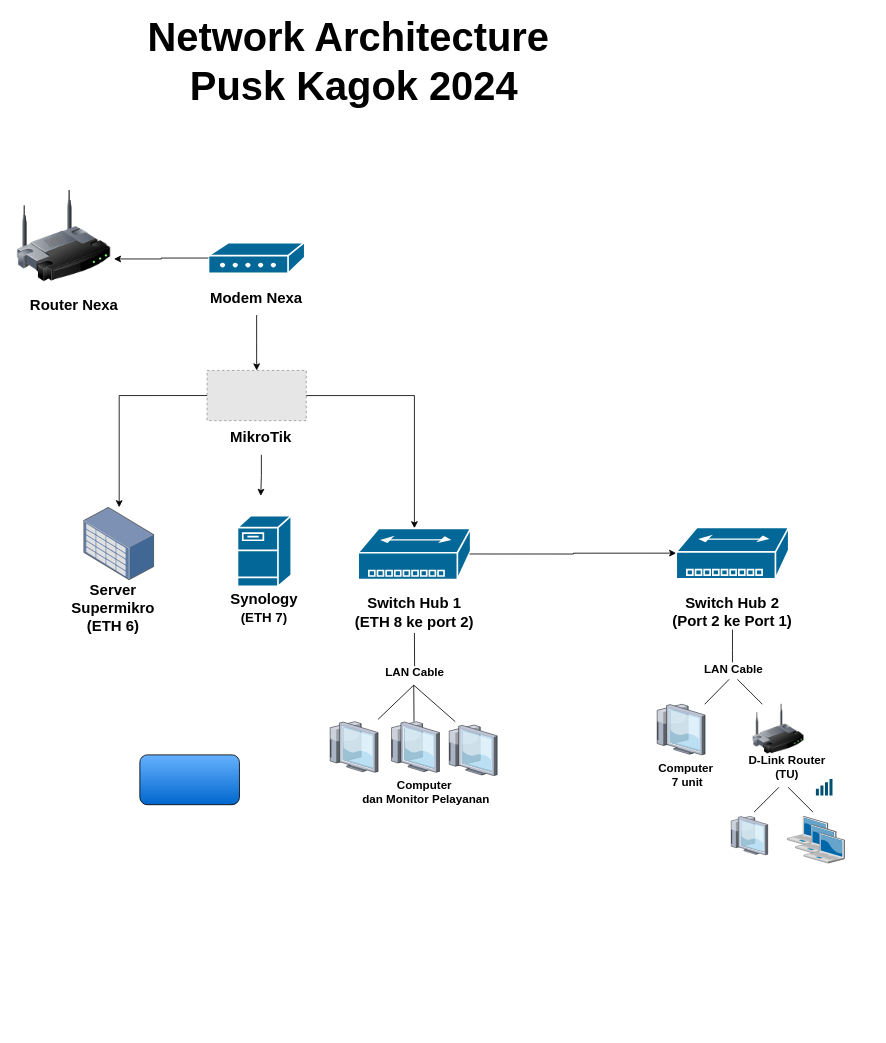
Earlier version of the draw.io diagram Untitled Diagram.drawio (dindahusnaa/DindaHusnaa). Source tidied: cells renumbered, new cells numbered last; positions are measured from the earlier drawing's top-left corner, leaving out a move shared by most shapes. Both pictures are drawn from the tidied source at 83%, with x=0, y=0 at pixel (13, 41). Pictures stored in the file or linked from it are replaced by grey dashed boxes.
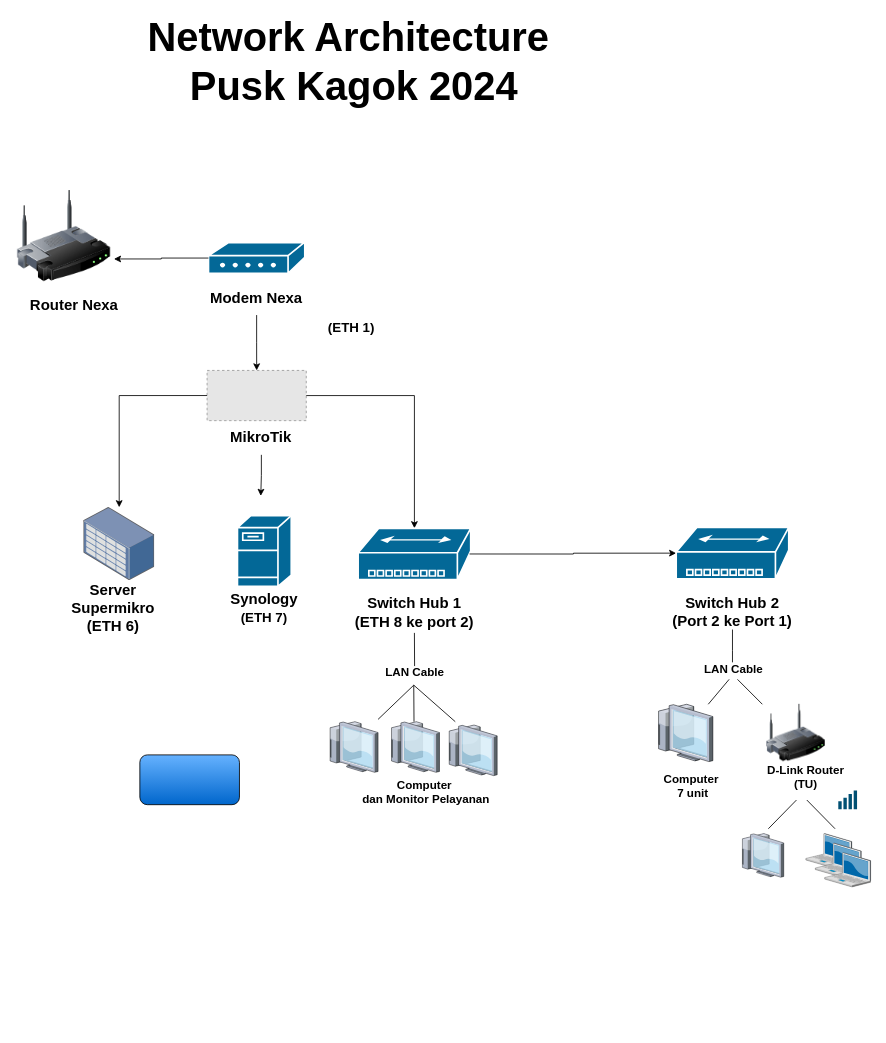
The same page after the edit.

The change refers to these unchanged cells:
```xml
<mxCell id="3" style="group;" parent="1" vertex="1">
  <mxGeometry x="0.3" y="180" width="952.7" height="1010" as="geometry" />
</mxCell>
```

The edit, as a diff of the source:
```diff
@@
+    <mxCell id="53" value="&lt;font size=&quot;3&quot;&gt;&lt;b&gt;(ETH 1)&lt;/b&gt;&lt;/font&gt;" style="text;html=1;strokeColor=none;fillColor=none;align=center;verticalAlign=middle;whiteSpace=wrap;rounded=0;" parent="3" vertex="1">
+      <mxGeometry x="361.7" y="150.1" width="90.4" height="30.2" as="geometry" />
+    </mxCell>
@@
     <mxCell id="31" style="group;" parent="1" vertex="1">
-      <mxGeometry x="592.5" y="770" width="248.5" height="221.5" as="geometry" />
+      <mxGeometry x="592.5" y="770" width="440" height="250" as="geometry" />
     </mxCell>
+    <mxCell id="34" style="endArrow=none;html=1;rounded=0;fontFamily=Helvetica;fontSize=14;fontColor=default;" parent="31" edge="1" source="33">
+      <mxGeometry relative="1" as="geometry">
+        <mxPoint x="269.5" y="-1" as="targetPoint" />
+      </mxGeometry>
+    </mxCell>
+    <mxCell id="35" style="endArrow=none;html=1;rounded=0;fontFamily=Helvetica;fontSize=14;fontColor=default;" parent="31" edge="1">
+      <mxGeometry relative="1" as="geometry">
+        <mxPoint x="309.5" y="29" as="sourcePoint" />
+        <mxPoint x="279.5" y="-1" as="targetPoint" />
+      </mxGeometry>
+    </mxCell>
+    <mxCell id="54" style="group;" parent="31" vertex="1">
+      <mxGeometry x="169.5" y="29" width="270.5" height="221" as="geometry" />
+    </mxCell>
-    <mxCell id="32" style="image;html=1;image=img/lib/clip_art/networking/Wireless_Router_128x128.png;" parent="31" vertex="1">
-      <mxGeometry x="289.5" y="29" width="79" height="60" as="geometry" />
+    <mxCell id="32" style="image;html=1;image=img/lib/clip_art/networking/Wireless_Router_128x128.png;" parent="54" vertex="1">
+      <mxGeometry x="135.8" width="89.4" height="69.2" as="geometry" />
     </mxCell>
-    <mxCell id="33" style="verticalLabelPosition=bottom;sketch=0;html=1;verticalAlign=top;strokeColor=none;align=center;outlineConnect=0;shape=mxgraph.citrix.thin_client;fontFamily=Helvetica;fontSize=14;fontColor=default;fillColor=#66B2FF;gradientColor=#0066CC;" parent="31" vertex="1">
-      <mxGeometry x="179.5" y="29" width="61" height="61" as="geometry" />
+    <mxCell id="33" style="verticalLabelPosition=bottom;sketch=0;html=1;verticalAlign=top;strokeColor=none;align=center;outlineConnect=0;shape=mxgraph.citrix.thin_client;fontFamily=Helvetica;fontSize=14;fontColor=default;fillColor=#66B2FF;gradientColor=#0066CC;" parent="54" vertex="1">
+      <mxGeometry x="11.3" width="69.1" height="69.1" as="geometry" />
     </mxCell>
-    <mxCell id="34" style="endArrow=none;html=1;rounded=0;fontFamily=Helvetica;fontSize=14;fontColor=default;" parent="31" edge="1" source="33">
-      <mxGeometry relative="1" as="geometry">
-        <mxPoint x="269.5" y="-1" as="targetPoint" />
-      </mxGeometry>
-    </mxCell>
-    <mxCell id="35" style="endArrow=none;html=1;rounded=0;fontFamily=Helvetica;fontSize=14;fontColor=default;" parent="31" edge="1">
-      <mxGeometry relative="1" as="geometry">
-        <mxPoint x="309.5" y="29" as="sourcePoint" />
-        <mxPoint x="279.5" y="-1" as="targetPoint" />
-      </mxGeometry>
-    </mxCell>
-    <mxCell id="36" value="&lt;b&gt;D-Link Router (TU)&lt;br&gt;&lt;/b&gt;" style="text;html=1;strokeColor=none;fillColor=none;align=center;verticalAlign=middle;whiteSpace=wrap;rounded=0;fontSize=14;fontFamily=Helvetica;fontColor=default;" parent="31" vertex="1">
-      <mxGeometry x="289.5" y="99" width="100" height="10" as="geometry" />
+    <mxCell id="36" value="&lt;b&gt;D-Link Router (TU)&lt;br&gt;&lt;/b&gt;" style="text;html=1;strokeColor=none;fillColor=none;align=center;verticalAlign=middle;whiteSpace=wrap;rounded=0;fontSize=14;fontFamily=Helvetica;fontColor=default;" parent="54" vertex="1">
+      <mxGeometry x="135.8" y="80.8" width="113.2" height="11.5" as="geometry" />
     </mxCell>
-    <mxCell id="37" style="verticalLabelPosition=bottom;sketch=0;html=1;verticalAlign=top;align=center;shape=mxgraph.cisco19.wifi_indicator;fillColor=#005073;strokeColor=none;fontFamily=Helvetica;fontSize=14;fontColor=default;" parent="31" vertex="1">
-      <mxGeometry x="374" y="119" width="20" height="20" as="geometry" />
+    <mxCell id="37" style="verticalLabelPosition=bottom;sketch=0;html=1;verticalAlign=top;align=center;shape=mxgraph.cisco19.wifi_indicator;fillColor=#005073;strokeColor=none;fontFamily=Helvetica;fontSize=14;fontColor=default;" parent="54" vertex="1">
+      <mxGeometry x="231.5" y="103.8" width="22.6" height="22.6" as="geometry" />
     </mxCell>
-    <mxCell id="38" style="verticalLabelPosition=bottom;sketch=0;html=1;verticalAlign=top;strokeColor=none;align=center;shape=mxgraph.citrix.laptop_2;fontFamily=Helvetica;fontSize=14;fontColor=default;fillColor=#66B2FF;gradientColor=#0066CC;" parent="31" vertex="1">
-      <mxGeometry x="339.5" y="164" width="49" height="36.5" as="geometry" />
+    <mxCell id="38" style="verticalLabelPosition=bottom;sketch=0;html=1;verticalAlign=top;strokeColor=none;align=center;shape=mxgraph.citrix.laptop_2;fontFamily=Helvetica;fontSize=14;fontColor=default;fillColor=#66B2FF;gradientColor=#0066CC;" parent="54" vertex="1">
+      <mxGeometry x="192.4" y="155.8" width="55.4" height="41.3" as="geometry" />
     </mxCell>
-    <mxCell id="39" style="verticalLabelPosition=bottom;sketch=0;html=1;verticalAlign=top;strokeColor=none;align=center;shape=mxgraph.citrix.thin_client;fontFamily=Helvetica;fontSize=14;fontColor=default;fillColor=#66B2FF;gradientColor=#0066CC;" parent="31" vertex="1">
-      <mxGeometry x="269.5" y="164" width="46.5" height="46.5" as="geometry" />
+    <mxCell id="39" style="verticalLabelPosition=bottom;sketch=0;html=1;verticalAlign=top;strokeColor=none;align=center;shape=mxgraph.citrix.thin_client;fontFamily=Helvetica;fontSize=14;fontColor=default;fillColor=#66B2FF;gradientColor=#0066CC;" parent="54" vertex="1">
+      <mxGeometry x="113.2" y="155.8" width="52.6" height="52.6" as="geometry" />
     </mxCell>
-    <mxCell id="40" style="verticalLabelPosition=bottom;sketch=0;html=1;verticalAlign=top;strokeColor=none;align=center;shape=mxgraph.citrix.laptop_2;fontFamily=Helvetica;fontSize=14;fontColor=default;fillColor=#66B2FF;gradientColor=#0066CC;" parent="31" vertex="1">
-      <mxGeometry x="349.5" y="174" width="49" height="36.5" as="geometry" />
+    <mxCell id="40" style="verticalLabelPosition=bottom;sketch=0;html=1;verticalAlign=top;strokeColor=none;align=center;shape=mxgraph.citrix.laptop_2;fontFamily=Helvetica;fontSize=14;fontColor=default;fillColor=#66B2FF;gradientColor=#0066CC;" parent="54" vertex="1">
+      <mxGeometry x="203.8" y="167.3" width="55.4" height="41.3" as="geometry" />
     </mxCell>
-    <mxCell id="41" style="verticalLabelPosition=bottom;sketch=0;html=1;verticalAlign=top;strokeColor=none;align=center;shape=mxgraph.citrix.laptop_2;fontFamily=Helvetica;fontSize=14;fontColor=default;fillColor=#66B2FF;gradientColor=#0066CC;" parent="31" vertex="1">
-      <mxGeometry x="359.5" y="184" width="49" height="36.5" as="geometry" />
+    <mxCell id="41" style="verticalLabelPosition=bottom;sketch=0;html=1;verticalAlign=top;strokeColor=none;align=center;shape=mxgraph.citrix.laptop_2;fontFamily=Helvetica;fontSize=14;fontColor=default;fillColor=#66B2FF;gradientColor=#0066CC;" parent="54" vertex="1">
+      <mxGeometry x="215.1" y="178.8" width="55.4" height="41.3" as="geometry" />
     </mxCell>
-    <mxCell id="42" style="endArrow=none;html=1;rounded=0;fontFamily=Helvetica;fontSize=14;fontColor=default;" parent="31" edge="1">
+    <mxCell id="42" style="endArrow=none;html=1;rounded=0;fontFamily=Helvetica;fontSize=14;fontColor=default;" parent="54" edge="1">
       <mxGeometry relative="1" as="geometry">
-        <mxPoint x="370.5" y="159" as="sourcePoint" />
-        <mxPoint x="340.5" y="129" as="targetPoint" />
+        <mxPoint x="227.6" y="150" as="sourcePoint" />
+        <mxPoint x="193.6" y="115.4" as="targetPoint" />
       </mxGeometry>
     </mxCell>
-    <mxCell id="43" style="endArrow=none;html=1;rounded=0;fontFamily=Helvetica;fontSize=14;fontColor=default;" parent="31" edge="1">
+    <mxCell id="43" style="endArrow=none;html=1;rounded=0;fontFamily=Helvetica;fontSize=14;fontColor=default;" parent="54" edge="1">
       <mxGeometry relative="1" as="geometry">
-        <mxPoint x="299.5" y="159" as="sourcePoint" />
-        <mxPoint x="329.5" y="129" as="targetPoint" />
+        <mxPoint x="147.2" y="150" as="sourcePoint" />
+        <mxPoint x="181.1" y="115.4" as="targetPoint" />
       </mxGeometry>
     </mxCell>
-    <mxCell id="44" value="&lt;div&gt;&lt;b&gt;Computer&amp;nbsp;&lt;/b&gt;&lt;/div&gt;&lt;div&gt;&lt;b&gt;7 unit&lt;/b&gt;&lt;/div&gt;" style="text;html=1;strokeColor=none;fillColor=none;align=center;verticalAlign=middle;whiteSpace=wrap;rounded=0;fontSize=14;fontFamily=Helvetica;fontColor=default;" parent="31" vertex="1">
-      <mxGeometry x="169.5" y="109" width="100" height="10" as="geometry" />
+    <mxCell id="44" value="&lt;div&gt;&lt;b&gt;Computer&amp;nbsp;&lt;/b&gt;&lt;/div&gt;&lt;div&gt;&lt;b&gt;7 unit&lt;/b&gt;&lt;/div&gt;" style="text;html=1;strokeColor=none;fillColor=none;align=center;verticalAlign=middle;whiteSpace=wrap;rounded=0;fontSize=14;fontFamily=Helvetica;fontColor=default;" parent="54" vertex="1">
+      <mxGeometry y="92.3" width="113.2" height="11.5" as="geometry" />
     </mxCell>
```
